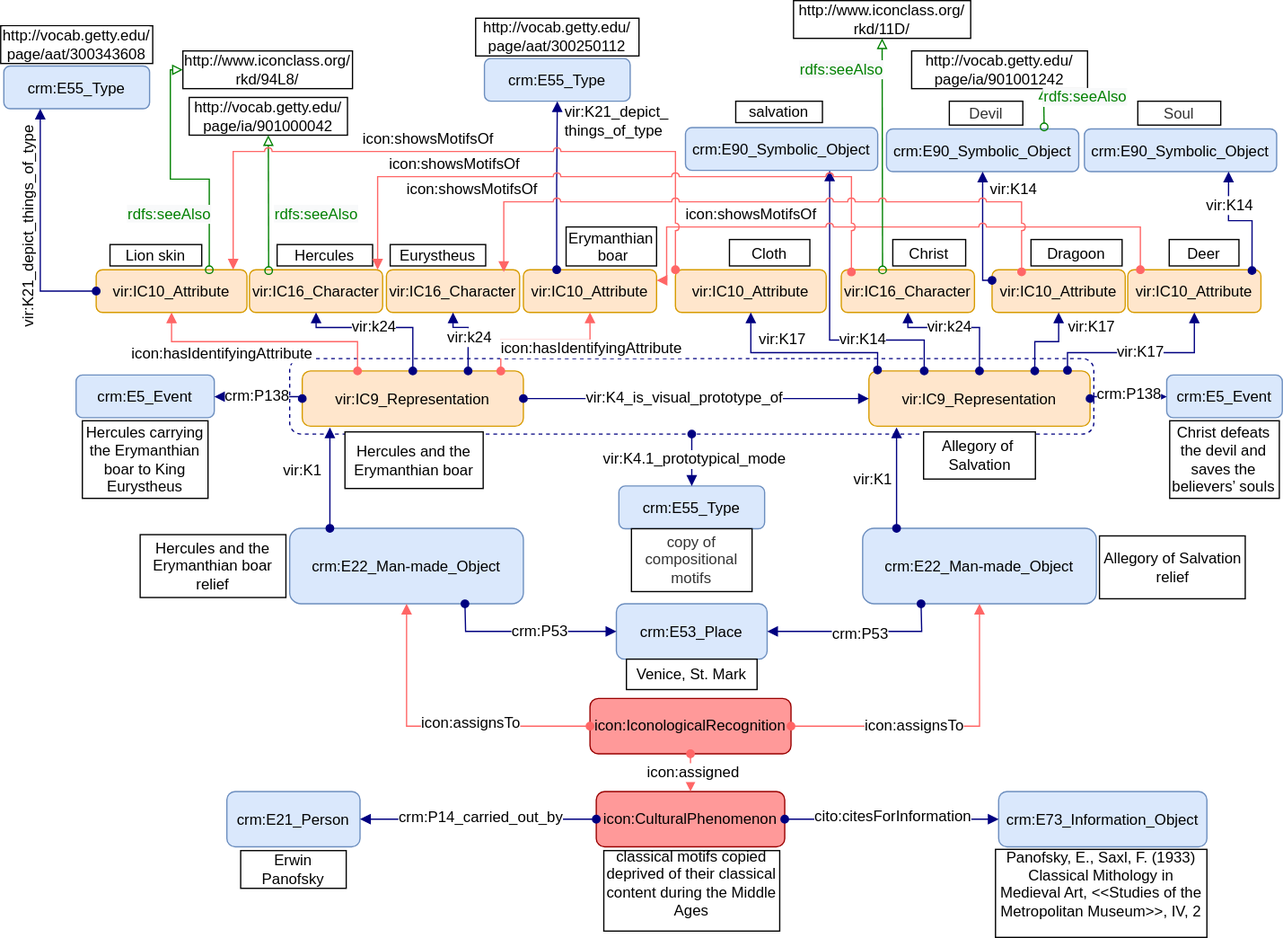
SofiBar/Icon keeps this draw.io diagram as images/article_schemes_new/Hercules-10.svg. Above is the earlier version. Source tidied: cells renumbered, new cells last; positions are measured from the earlier drawing's top-left corner, leaving out a move shared by most shapes.
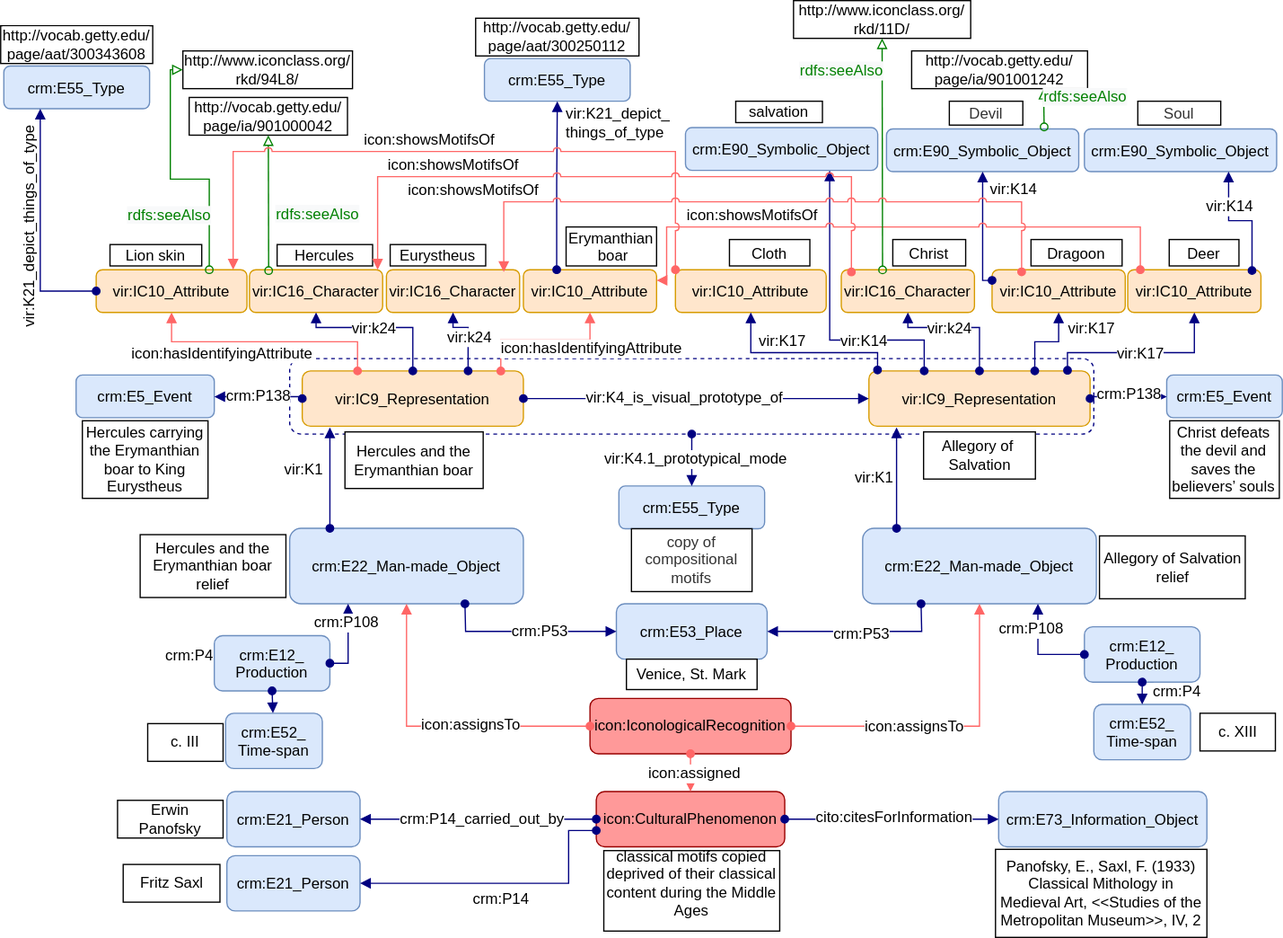
The same file after the commit.

Change to the diagram source:
```diff
@@ -315,12 +315,12 @@
       <mxGeometry x="180" y="629" width="106" height="44" as="geometry" />
     </mxCell>
     <mxCell id="77" value="&lt;p style=&quot;margin-top: 0pt; margin-bottom: 0pt; margin-left: 0in; direction: ltr; unicode-bidi: embed; word-break: normal; font-size: 12px;&quot;&gt;&lt;font style=&quot;font-size: 12px;&quot;&gt;&lt;span style=&quot;font-size: 12px;&quot;&gt;Erwin Panofsky&lt;/span&gt;&lt;/font&gt;&lt;/p&gt;" style="rounded=0;whiteSpace=wrap;html=1;labelBackgroundColor=none;fillColor=#FFFFFF;fontFamily=Helvetica;fontSize=12;" parent="1" vertex="1">
-      <mxGeometry x="191" y="676" width="84" height="30" as="geometry" />
+      <mxGeometry x="93" y="636" width="84" height="30" as="geometry" />
     </mxCell>
     <mxCell id="78" value="crm:E73_Information_Object" style="graphMlID=n4;shape=rect;rounded=1;arcsize=30;fillColor=#dae8fc;strokeColor=#6c8ebf;strokeWidth=1.0;fontFamily=Helvetica;fontSize=12;" parent="1" vertex="1">
       <mxGeometry x="794.2" y="629" width="165.8" height="44" as="geometry" />
     </mxCell>
-    <mxCell id="79" value="&lt;p style=&quot;margin-top: 0pt; margin-bottom: 0pt; margin-left: 0in; direction: ltr; unicode-bidi: embed; word-break: normal; font-size: 12px;&quot;&gt;&lt;font style=&quot;font-size: 12px;&quot;&gt;&lt;span style=&quot;font-size: 12px;&quot;&gt;Panofsky, E., Saxl, F. (1933) Classical Mithology in Medieval Art, &amp;lt;&amp;lt;Studies of the Metropolitan Museum&amp;gt;&amp;gt;, IV, 2&lt;/span&gt;&lt;/font&gt;&lt;/p&gt;&lt;div style=&quot;font-size: 12px;&quot;&gt;&lt;br style=&quot;font-size: 12px;&quot;&gt;&lt;/div&gt;" style="rounded=0;whiteSpace=wrap;html=1;labelBackgroundColor=none;fillColor=#FFFFFF;fontFamily=Helvetica;fontSize=12;" parent="1" vertex="1">
+    <mxCell id="79" value="&lt;p style=&quot;margin-top: 0pt ; margin-bottom: 0pt ; margin-left: 0in ; direction: ltr ; unicode-bidi: embed ; word-break: normal ; font-size: 12px&quot;&gt;&lt;font style=&quot;font-size: 12px&quot;&gt;&lt;span style=&quot;font-size: 12px&quot;&gt;Panofsky, E., Saxl, F. (1933) Classical Mithology in Medieval Art, &amp;lt;&amp;lt;Studies of the Metropolitan Museum&amp;gt;&amp;gt;, IV, 2&lt;/span&gt;&lt;/font&gt;&lt;/p&gt;" style="rounded=0;whiteSpace=wrap;html=1;labelBackgroundColor=none;fillColor=#FFFFFF;fontFamily=Helvetica;fontSize=12;" parent="1" vertex="1">
       <mxGeometry x="791.7" y="675" width="168.3" height="70" as="geometry" />
     </mxCell>
     <mxCell id="80" style="graphMlID=e0;rounded=0;endArrow=block;strokeColor=#000080;strokeWidth=1.0;startArrow=oval;startFill=1;endFill=1;fontFamily=Helvetica;exitX=0;exitY=0.5;exitDx=0;exitDy=0;fontSize=12;" parent="1" edge="1" source="67" target="76">
@@ -517,5 +517,79 @@
         <mxPoint x="-236" y="-12" as="offset" />
       </mxGeometry>
     </mxCell>
+    <mxCell id="124" value="crm:E12_&#10;Production" style="graphMlID=n4;shape=rect;rounded=1;arcsize=30;fillColor=#dae8fc;strokeColor=#6c8ebf;strokeWidth=1.0;fontFamily=Helvetica;fontSize=12;" parent="1" vertex="1">
+      <mxGeometry x="170" y="505" width="92" height="44" as="geometry" />
+    </mxCell>
+    <mxCell id="125" style="graphMlID=e0;rounded=0;endArrow=block;strokeColor=#000080;strokeWidth=1.0;startArrow=oval;startFill=1;endFill=1;entryX=0.25;entryY=1;entryDx=0;entryDy=0;fontFamily=Helvetica;fontSize=12;exitX=1;exitY=0.5;exitDx=0;exitDy=0;jumpStyle=arc;edgeStyle=orthogonalEdgeStyle;" parent="1" edge="1" source="124" target="17">
+      <mxGeometry relative="1" as="geometry" />
+    </mxCell>
+    <mxCell id="126" value="&lt;p style=&quot;margin-top: 0pt ; margin-bottom: 0pt ; margin-left: 0in ; text-align: left ; direction: ltr ; unicode-bidi: embed ; word-break: normal ; font-size: 12px&quot;&gt;&lt;font style=&quot;font-size: 12px&quot;&gt;crm:P108&lt;/font&gt;&lt;/p&gt;" style="text;html=1;align=center;verticalAlign=middle;labelBackgroundColor=#ffffff;rotation=0;fontFamily=Helvetica;fontSize=12;" parent="125" vertex="1">
+      <mxGeometry x="-0.02" y="2" relative="1" as="geometry">
+        <mxPoint y="-17.5" as="offset" />
+      </mxGeometry>
+    </mxCell>
+    <mxCell id="127" value="crm:E52_&#10;Time-span" style="graphMlID=n4;shape=rect;rounded=1;arcsize=30;fillColor=#dae8fc;strokeColor=#6c8ebf;strokeWidth=1.0;fontFamily=Helvetica;fontSize=12;" parent="1" vertex="1">
+      <mxGeometry x="179" y="566.8" width="77" height="44" as="geometry" />
+    </mxCell>
+    <mxCell id="128" value="&lt;p style=&quot;margin-top: 0pt ; margin-bottom: 0pt ; margin-left: 0in ; direction: ltr ; unicode-bidi: embed ; word-break: normal&quot;&gt;c. III&lt;br&gt;&lt;/p&gt;" style="rounded=0;whiteSpace=wrap;html=1;labelBackgroundColor=none;fillColor=#FFFFFF;fontFamily=Helvetica;fontSize=12;" parent="1" vertex="1">
+      <mxGeometry x="117" y="575" width="60" height="30" as="geometry" />
+    </mxCell>
+    <mxCell id="129" style="graphMlID=e0;rounded=0;endArrow=block;strokeColor=#000080;strokeWidth=1.0;startArrow=oval;startFill=1;endFill=1;fontFamily=Helvetica;fontSize=12;exitX=0.5;exitY=1;exitDx=0;exitDy=0;" parent="1" edge="1" source="124" target="127">
+      <mxGeometry relative="1" as="geometry" />
+    </mxCell>
+    <mxCell id="130" value="&lt;p style=&quot;margin-top: 0pt ; margin-bottom: 0pt ; margin-left: 0in ; text-align: left ; direction: ltr ; unicode-bidi: embed ; word-break: normal ; font-size: 12px&quot;&gt;&lt;font style=&quot;font-size: 12px&quot;&gt;crm:P4&lt;/font&gt;&lt;/p&gt;" style="text;html=1;align=center;verticalAlign=middle;labelBackgroundColor=#ffffff;fontFamily=Helvetica;fontSize=12;" parent="1" vertex="1">
+      <mxGeometry x="150" y="520" as="geometry">
+        <mxPoint x="-1" as="offset" />
+      </mxGeometry>
+    </mxCell>
+    <mxCell id="131" value="crm:E12_&#10;Production" style="graphMlID=n4;shape=rect;rounded=1;arcsize=30;fillColor=#dae8fc;strokeColor=#6c8ebf;strokeWidth=1.0;fontFamily=Helvetica;fontSize=12;" parent="1" vertex="1">
+      <mxGeometry x="862.5" y="498" width="92" height="44" as="geometry" />
+    </mxCell>
+    <mxCell id="132" style="graphMlID=e0;rounded=0;endArrow=block;strokeColor=#000080;strokeWidth=1.0;startArrow=oval;startFill=1;endFill=1;entryX=0.75;entryY=1;entryDx=0;entryDy=0;fontFamily=Helvetica;fontSize=12;jumpStyle=arc;edgeStyle=orthogonalEdgeStyle;exitX=0;exitY=0.5;exitDx=0;exitDy=0;" parent="1" edge="1" source="131" target="45">
+      <mxGeometry relative="1" as="geometry">
+        <Array as="points">
+          <mxPoint x="826" y="520" />
+        </Array>
+      </mxGeometry>
+    </mxCell>
+    <mxCell id="133" value="&lt;p style=&quot;margin-top: 0pt ; margin-bottom: 0pt ; margin-left: 0in ; text-align: left ; direction: ltr ; unicode-bidi: embed ; word-break: normal ; font-size: 12px&quot;&gt;&lt;font style=&quot;font-size: 12px&quot;&gt;crm:P108&lt;/font&gt;&lt;/p&gt;" style="text;html=1;align=center;verticalAlign=middle;labelBackgroundColor=#ffffff;rotation=0;fontFamily=Helvetica;fontSize=12;" parent="132" vertex="1">
+      <mxGeometry x="-0.02" y="2" relative="1" as="geometry">
+        <mxPoint x="-3.5" y="-19.2" as="offset" />
+      </mxGeometry>
+    </mxCell>
+    <mxCell id="134" value="crm:E52_&#10;Time-span" style="graphMlID=n4;shape=rect;rounded=1;arcsize=30;fillColor=#dae8fc;strokeColor=#6c8ebf;strokeWidth=1.0;fontFamily=Helvetica;fontSize=12;" parent="1" vertex="1">
+      <mxGeometry x="870" y="559.8" width="77" height="44" as="geometry" />
+    </mxCell>
+    <mxCell id="135" value="&lt;p style=&quot;margin-top: 0pt ; margin-bottom: 0pt ; margin-left: 0in ; direction: ltr ; unicode-bidi: embed ; word-break: normal&quot;&gt;c. XIII&lt;br&gt;&lt;/p&gt;" style="rounded=0;whiteSpace=wrap;html=1;labelBackgroundColor=none;fillColor=#FFFFFF;fontFamily=Helvetica;fontSize=12;" parent="1" vertex="1">
+      <mxGeometry x="954.5" y="566.8" width="60" height="30" as="geometry" />
+    </mxCell>
+    <mxCell id="136" style="graphMlID=e0;rounded=0;endArrow=block;strokeColor=#000080;strokeWidth=1.0;startArrow=oval;startFill=1;endFill=1;fontFamily=Helvetica;fontSize=12;exitX=0.5;exitY=1;exitDx=0;exitDy=0;" parent="1" edge="1" source="131" target="134">
+      <mxGeometry relative="1" as="geometry" />
+    </mxCell>
+    <mxCell id="137" value="&lt;p style=&quot;margin-top: 0pt ; margin-bottom: 0pt ; margin-left: 0in ; text-align: left ; direction: ltr ; unicode-bidi: embed ; word-break: normal ; font-size: 12px&quot;&gt;&lt;font style=&quot;font-size: 12px&quot;&gt;crm:P4&lt;/font&gt;&lt;/p&gt;" style="text;html=1;align=center;verticalAlign=middle;labelBackgroundColor=#ffffff;fontFamily=Helvetica;fontSize=12;" parent="1" vertex="1">
+      <mxGeometry x="936" y="549.9" as="geometry">
+        <mxPoint x="-1" as="offset" />
+      </mxGeometry>
+    </mxCell>
+    <mxCell id="138" value="crm:E21_Person" style="graphMlID=n4;shape=rect;rounded=1;arcsize=30;fillColor=#dae8fc;strokeColor=#6c8ebf;strokeWidth=1.0;fontFamily=Helvetica;fontSize=12;" parent="1" vertex="1">
+      <mxGeometry x="180" y="680" width="106" height="44" as="geometry" />
+    </mxCell>
+    <mxCell id="139" value="&lt;p style=&quot;margin-top: 0pt ; margin-bottom: 0pt ; margin-left: 0in ; direction: ltr ; unicode-bidi: embed ; word-break: normal ; font-size: 12px&quot;&gt;&lt;font style=&quot;font-size: 12px&quot;&gt;&lt;span style=&quot;font-size: 12px&quot;&gt;Fritz Saxl&lt;/span&gt;&lt;/font&gt;&lt;/p&gt;" style="rounded=0;whiteSpace=wrap;html=1;labelBackgroundColor=none;fillColor=#FFFFFF;fontFamily=Helvetica;fontSize=12;" parent="1" vertex="1">
+      <mxGeometry x="97.5" y="687" width="77" height="30" as="geometry" />
+    </mxCell>
+    <mxCell id="140" style="graphMlID=e0;rounded=0;endArrow=block;strokeColor=#000080;strokeWidth=1.0;startArrow=oval;startFill=1;endFill=1;fontFamily=Helvetica;entryX=1;entryY=0.5;entryDx=0;entryDy=0;fontSize=12;exitX=0;exitY=0.5;exitDx=0;exitDy=0;edgeStyle=orthogonalEdgeStyle;" parent="1" edge="1" target="138">
+      <mxGeometry relative="1" as="geometry">
+        <mxPoint x="474" y="660" as="sourcePoint" />
+        <Array as="points">
+          <mxPoint x="452" y="660" />
+          <mxPoint x="452" y="702" />
+        </Array>
+      </mxGeometry>
+    </mxCell>
+    <mxCell id="141" value="&lt;span style=&quot;text-align: left; font-size: 12px;&quot;&gt;crm:P14&lt;/span&gt;" style="text;html=1;align=center;verticalAlign=middle;labelBackgroundColor=#ffffff;fontFamily=Helvetica;fontSize=12;" parent="140" vertex="1">
+      <mxGeometry x="-0.02" y="2" relative="1" as="geometry">
+        <mxPoint x="-5.3" y="10.8" as="offset" />
+      </mxGeometry>
+    </mxCell>
   </root>
 </mxGraphModel>
```
